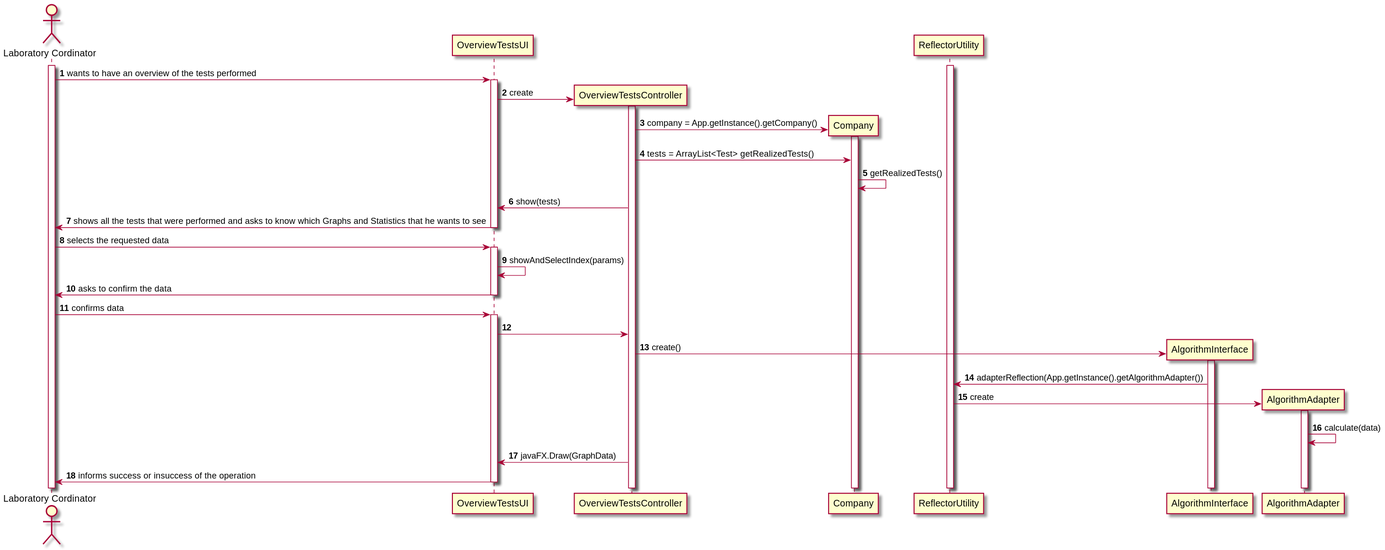
The PlantUML diagram docs/SprintD/US16/US16-SD.svg in jsmarques98/LAPR2-ISEP, before a commit.
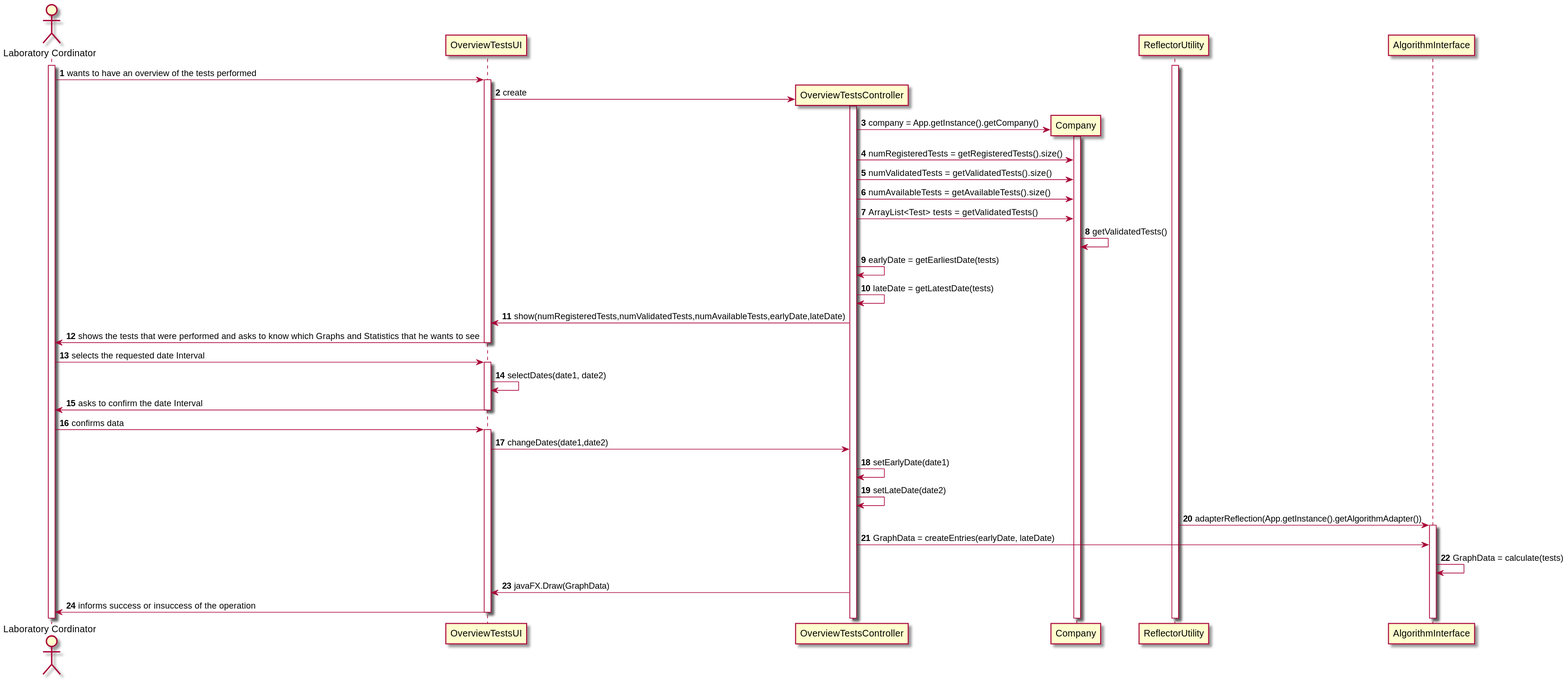
The same file after the commit.

The edit, as a diff of the source:
```diff
@@ -9,6 +9,7 @@
 participant OverviewTestsController
 participant Company
 participant ReflectorUtility
+participant AlgorithmInterface
 activate ReflectorUtility
 
 activate LC
@@ -23,38 +24,46 @@
 OverviewTestsController -> Company ** : company = App.getInstance().getCompany()
 activate Company
 
-OverviewTestsController -> Company : tests = ArrayList<Test> getRealizedTests()
-Company -> Company : getRealizedTests()
+OverviewTestsController -> Company : numRegisteredTests = getRegisteredTests().size()
+OverviewTestsController -> Company : numValidatedTests = getValidatedTests().size()
+OverviewTestsController -> Company : numAvailableTests = getAvailableTests().size()
+OverviewTestsController -> Company : ArrayList<Test> tests = getValidatedTests()
+Company -> Company : getValidatedTests()
 
+OverviewTestsController -> OverviewTestsController : earlyDate = getEarliestDate(tests)
+OverviewTestsController -> OverviewTestsController : lateDate = getLatestDate(tests)
 
-OverviewTestsUI <- OverviewTestsController : show(tests)
+OverviewTestsUI <- OverviewTestsController : show(numRegisteredTests,numValidatedTests,numAvailableTests,earlyDate,lateDate)
 
-OverviewTestsUI -> LC: shows all the tests that were performed and asks to know which Graphs and Statistics that he wants to see
+OverviewTestsUI -> LC: shows the tests that were performed and asks to know which Graphs and Statistics that he wants to see
 
 
 deactivate OverviewTestsUI
 
-LC -> OverviewTestsUI: selects the requested data
+LC -> OverviewTestsUI: selects the requested date Interval
 
 activate OverviewTestsUI
 
-OverviewTestsUI -> OverviewTestsUI : showAndSelectIndex(params)
+OverviewTestsUI -> OverviewTestsUI : selectDates(date1, date2)
 
-OverviewTestsUI -> LC: asks to confirm the data
+OverviewTestsUI -> LC: asks to confirm the date Interval
 
 deactivate OverviewTestsUI
 
 LC -> OverviewTestsUI: confirms data
+activate OverviewTestsUI
 
-activate OverviewTestsUI
-OverviewTestsUI -> OverviewTestsController
+OverviewTestsUI -> OverviewTestsController : changeDates(date1,date2)
 
-OverviewTestsController -> AlgorithmInterface ** : create()
+OverviewTestsController -> OverviewTestsController : setEarlyDate(date1)
+OverviewTestsController -> OverviewTestsController : setLateDate(date2)
+
+ReflectorUtility -> AlgorithmInterface  : adapterReflection(App.getInstance().getAlgorithmAdapter())
 activate AlgorithmInterface
-AlgorithmInterface -> ReflectorUtility : adapterReflection(App.getInstance().getAlgorithmAdapter())
-ReflectorUtility -> AlgorithmAdapter ** : create
-activate AlgorithmAdapter
-AlgorithmAdapter -> AlgorithmAdapter : calculate(data)
+OverviewTestsController -> AlgorithmInterface : GraphData = createEntries(earlyDate, lateDate)
+
+
+AlgorithmInterface -> AlgorithmInterface : GraphData = calculate(tests)
 OverviewTestsUI <- OverviewTestsController : javaFX.Draw(GraphData)
 OverviewTestsUI -> LC: informs success or insuccess of the operation
 
```
